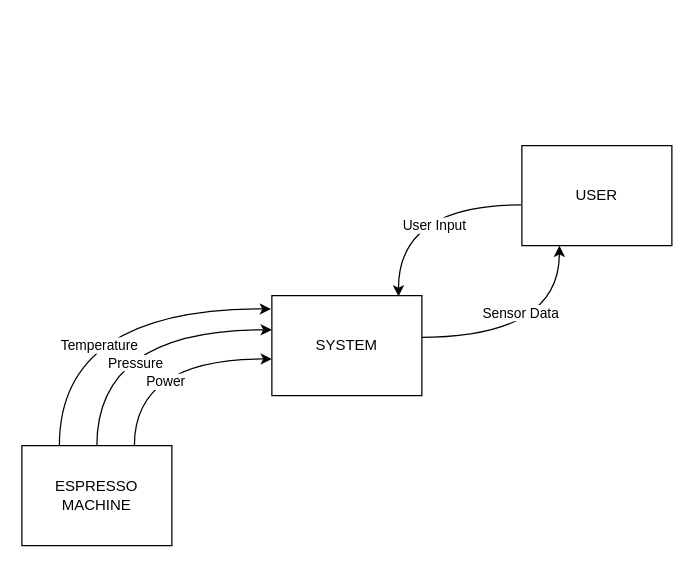
Earlier version of the draw.io diagram diagrams/Context_Diagramv2.drawio (martintara/kaffeknekt). Source tidied: cells renumbered, new cells numbered last; positions are measured from the earlier drawing's top-left corner, leaving out a move shared by most shapes. Both pictures are drawn from the tidied source at 125%, with x=0, y=0 at pixel (21, 145).
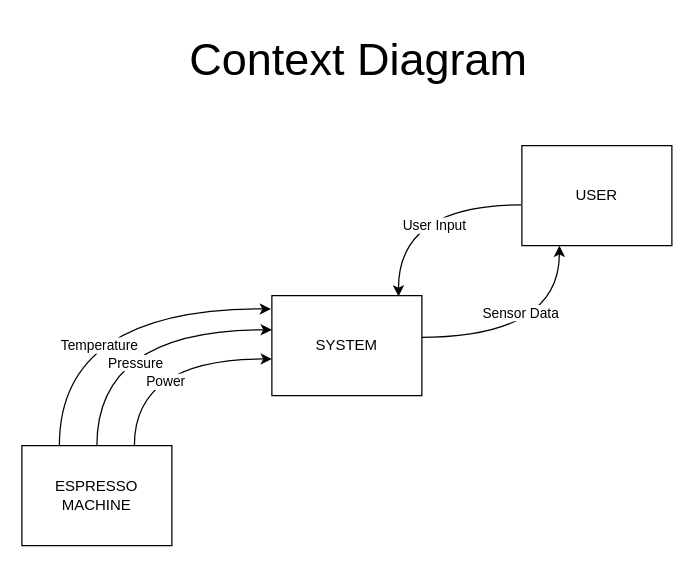
After the change.

Diff of the diagram source:
```diff
@@
 <mxGraphModel>
   <root>
     <mxCell id="0" />
     <mxCell id="1" parent="0" />
     <mxCell id="2" style="edgeStyle=orthogonalEdgeStyle;rounded=0;jettySize=auto;html=1;exitX=-0.006;exitY=0.592;exitDx=0;exitDy=0;entryX=0.844;entryY=0.008;entryDx=0;entryDy=0;curved=1;exitPerimeter=0;entryPerimeter=0;" parent="1" edge="1" source="14" target="6">
       <mxGeometry relative="1" as="geometry" />
     </mxCell>
     <mxCell id="3" value="User Input" style="edgeLabel;html=1;align=center;verticalAlign=middle;" parent="2" vertex="1">
       <mxGeometry x="0.13" y="-17" relative="1" as="geometry">
         <mxPoint x="27" y="33" as="offset" />
       </mxGeometry>
     </mxCell>
     <mxCell id="4" style="edgeStyle=orthogonalEdgeStyle;rounded=0;jettySize=auto;html=1;exitX=0.983;exitY=0.417;exitDx=0;exitDy=0;entryX=0.25;entryY=1;entryDx=0;entryDy=0;curved=1;exitPerimeter=0;" parent="1" edge="1" source="6" target="14">
       <mxGeometry relative="1" as="geometry" />
     </mxCell>
     <mxCell id="5" value="Sensor Data" style="edgeLabel;html=1;align=center;verticalAlign=middle;" parent="4" vertex="1">
       <mxGeometry x="-0.13" y="20" relative="1" as="geometry" />
     </mxCell>
     <mxCell id="6" value="SYSTEM" style="rounded=0;whiteSpace=wrap;html=1;" parent="1" vertex="1">
       <mxGeometry x="200" y="120" width="120" height="80" as="geometry" />
     </mxCell>
     <mxCell id="7" style="edgeStyle=orthogonalEdgeStyle;rounded=0;jettySize=auto;html=1;exitX=0.25;exitY=0;exitDx=0;exitDy=0;entryX=-0.006;entryY=0.133;entryDx=0;entryDy=0;curved=1;entryPerimeter=0;" parent="1" edge="1" source="13" target="6">
       <mxGeometry relative="1" as="geometry" />
     </mxCell>
     <mxCell id="8" value="Temperature" style="edgeLabel;html=1;align=center;verticalAlign=middle;" parent="7" vertex="1">
       <mxGeometry x="0.01" y="-29" relative="1" as="geometry" />
     </mxCell>
     <mxCell id="9" style="edgeStyle=orthogonalEdgeStyle;rounded=0;jettySize=auto;html=1;exitX=0.5;exitY=0;exitDx=0;exitDy=0;entryX=0;entryY=0.342;entryDx=0;entryDy=0;curved=1;entryPerimeter=0;" parent="1" edge="1" source="13" target="6">
       <mxGeometry relative="1" as="geometry" />
     </mxCell>
     <mxCell id="10" value="Pressure" style="edgeLabel;html=1;align=center;verticalAlign=middle;" parent="9" vertex="1">
       <mxGeometry x="0.11" y="-22" relative="1" as="geometry">
         <mxPoint x="-6" y="4" as="offset" />
       </mxGeometry>
     </mxCell>
     <mxCell id="11" style="edgeStyle=orthogonalEdgeStyle;rounded=0;jettySize=auto;html=1;exitX=0.75;exitY=0;exitDx=0;exitDy=0;entryX=0;entryY=0.633;entryDx=0;entryDy=0;curved=1;entryPerimeter=0;" parent="1" edge="1" source="13" target="6">
       <mxGeometry relative="1" as="geometry" />
     </mxCell>
     <mxCell id="12" value="Power" style="edgeLabel;html=1;align=center;verticalAlign=middle;" parent="11" vertex="1">
       <mxGeometry y="-18" relative="1" as="geometry">
         <mxPoint x="4" as="offset" />
       </mxGeometry>
     </mxCell>
     <mxCell id="13" value="ESPRESSO MACHINE" style="rounded=0;whiteSpace=wrap;html=1;" parent="1" vertex="1">
       <mxGeometry y="240" width="120" height="80" as="geometry" />
     </mxCell>
     <mxCell id="14" value="USER" style="rounded=0;whiteSpace=wrap;html=1;" parent="1" vertex="1">
       <mxGeometry x="400" width="120" height="80" as="geometry" />
     </mxCell>
+    <mxCell id="15" value="&lt;font style=&quot;font-size: 36px;&quot;&gt;Context Diagram&lt;/font&gt;" style="text;html=1;align=center;verticalAlign=middle;strokeColor=none;fillColor=none;" parent="1" vertex="1">
+      <mxGeometry x="124" y="-99" width="290" height="60" as="geometry" />
+    </mxCell>
   </root>
 </mxGraphModel>
```
